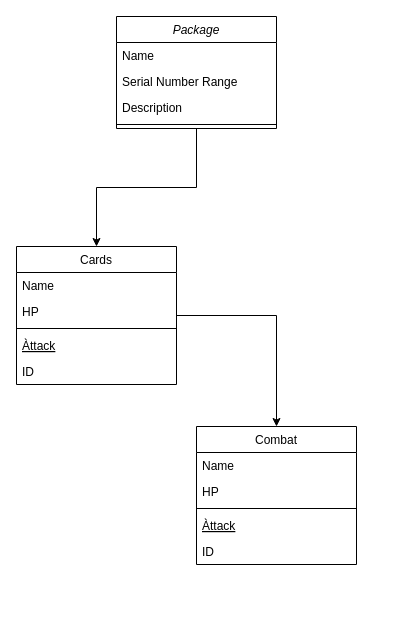
talls2/javaCards keeps this draw.io diagram as Diagrama sem nome.drawio. Above is the earlier version. Source tidied: cells renumbered, new cells numbered last; positions are measured from the earlier drawing's top-left corner, leaving out a move shared by most shapes. Both pictures are drawn from the tidied source at 100%, with x=0, y=0 at pixel (16, 16).
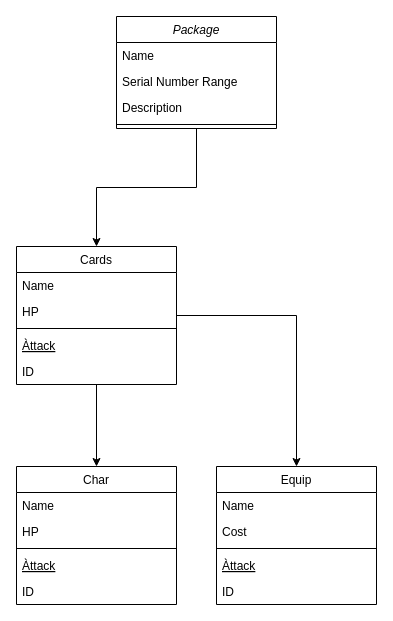
After the change.

Unchanged cells that the change refers to:
```xml
<mxCell id="9" value="Cards&#10;" style="swimlane;fontStyle=0;align=center;verticalAlign=top;horizontal=1;startSize=26;rounded=0;shadow=0;strokeWidth=1;" parent="1" vertex="1">
  <mxGeometry y="230" width="160" height="138" as="geometry" />
</mxCell>
```

What changed in the source:
```diff
@@
+    <mxCell id="21" style="edgeStyle=orthogonalEdgeStyle;rounded=0;jettySize=auto;html=1;" parent="1" edge="1" source="9" target="22">
+      <mxGeometry relative="1" as="geometry" />
+    </mxCell>
@@
-    <mxCell id="15" value="Combat" style="swimlane;fontStyle=0;align=center;verticalAlign=top;horizontal=1;startSize=26;rounded=0;shadow=0;strokeWidth=1;" parent="1" vertex="1">
-      <mxGeometry x="180" y="410" width="160" height="138" as="geometry" />
+    <mxCell id="15" value="Equip" style="swimlane;fontStyle=0;align=center;verticalAlign=top;horizontal=1;startSize=26;rounded=0;shadow=0;strokeWidth=1;" parent="1" vertex="1">
+      <mxGeometry x="200" y="450" width="160" height="138" as="geometry" />
     </mxCell>
@@
-    <mxCell id="17" value="HP" style="text;align=left;verticalAlign=top;spacingLeft=4;spacingRight=4;overflow=hidden;rounded=0;shadow=0;html=0;" parent="15" vertex="1">
+    <mxCell id="17" value="Cost" style="text;align=left;verticalAlign=top;spacingLeft=4;spacingRight=4;overflow=hidden;rounded=0;shadow=0;html=0;" parent="15" vertex="1">
       <mxGeometry y="52" width="160" height="26" as="geometry" />
     </mxCell>
@@
+    <mxCell id="22" value="Char" style="swimlane;fontStyle=0;align=center;verticalAlign=top;horizontal=1;startSize=26;rounded=0;shadow=0;strokeWidth=1;" parent="1" vertex="1">
+      <mxGeometry y="450" width="160" height="138" as="geometry" />
+    </mxCell>
+    <mxCell id="23" value="Name" style="text;align=left;verticalAlign=top;spacingLeft=4;spacingRight=4;overflow=hidden;" parent="22" vertex="1">
+      <mxGeometry y="26" width="160" height="26" as="geometry" />
+    </mxCell>
+    <mxCell id="24" value="HP" style="text;align=left;verticalAlign=top;spacingLeft=4;spacingRight=4;overflow=hidden;rounded=0;shadow=0;html=0;" parent="22" vertex="1">
+      <mxGeometry y="52" width="160" height="26" as="geometry" />
+    </mxCell>
+    <mxCell id="25" style="line;html=1;strokeWidth=1;align=left;verticalAlign=middle;spacingTop=-1;spacingLeft=3;spacingRight=3;labelPosition=right;" parent="22" vertex="1">
+      <mxGeometry y="78" width="160" height="8" as="geometry" />
+    </mxCell>
+    <mxCell id="26" value="Àttack" style="text;align=left;verticalAlign=top;spacingLeft=4;spacingRight=4;overflow=hidden;fontStyle=4;" parent="22" vertex="1">
+      <mxGeometry y="86" width="160" height="26" as="geometry" />
+    </mxCell>
+    <mxCell id="27" value="ID" style="text;align=left;verticalAlign=top;spacingLeft=4;spacingRight=4;overflow=hidden;" parent="22" vertex="1">
+      <mxGeometry y="112" width="160" height="26" as="geometry" />
+    </mxCell>
```
